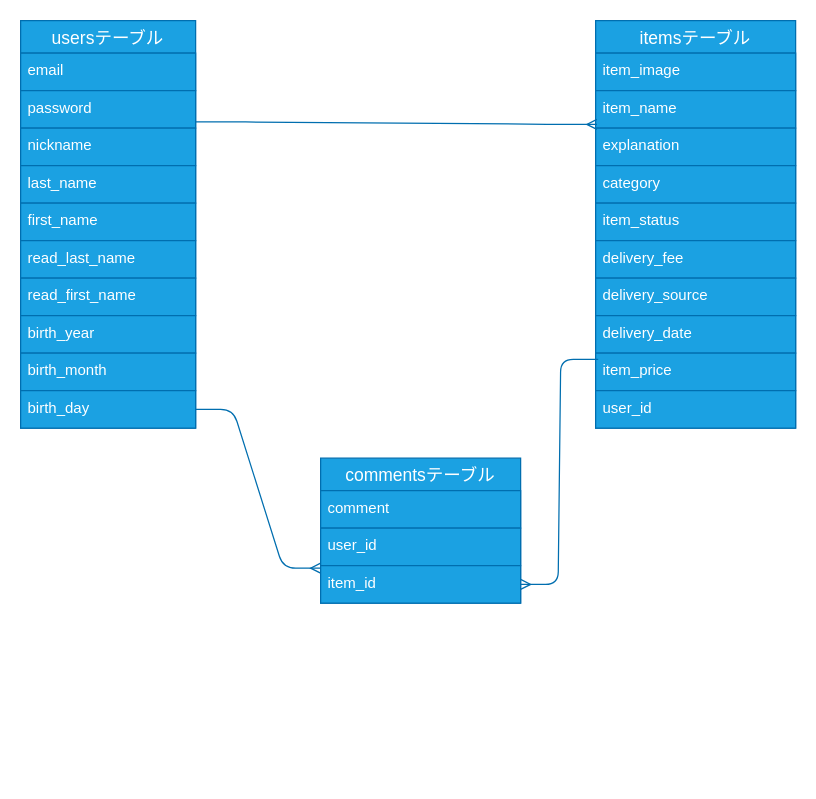
Before: db.dio in shingo04/furima-33965, a draw.io diagram. Source tidied: cells renumbered, new cells numbered last; positions are measured from the earlier drawing's top-left corner, leaving out a move shared by most shapes. Both pictures are drawn from the tidied source at 125%, with x=0, y=0 at pixel (20, 20).
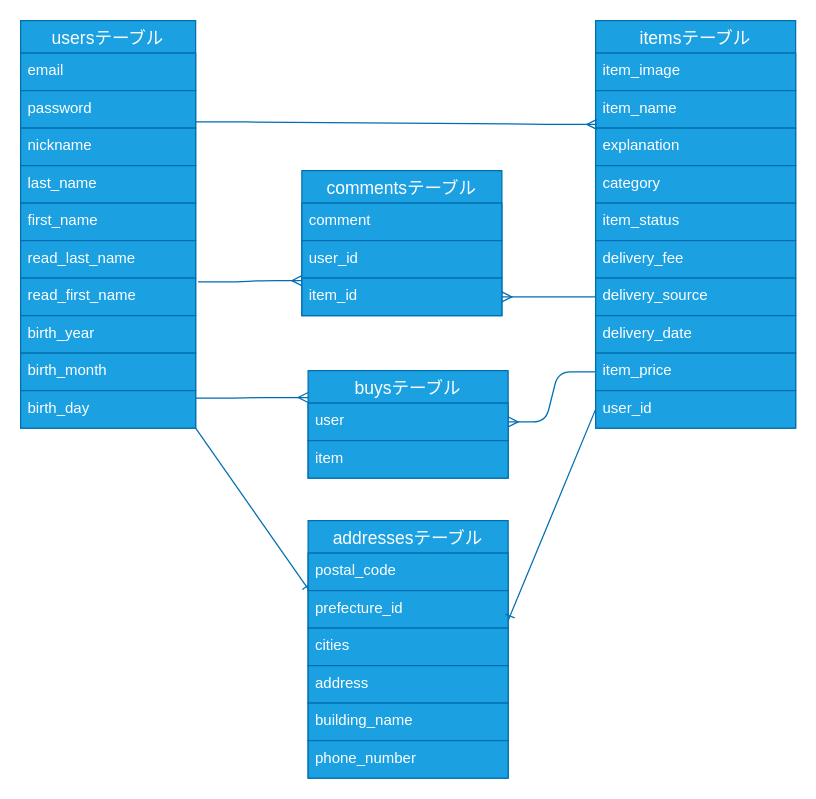
The same page after the edit.

The change refers to these unchanged cells:
```xml
<mxCell id="2" value="usersテーブル" style="swimlane;fontStyle=0;horizontal=1;startSize=26;align=center;fontSize=14;fillColor=#1ba1e2;strokeColor=#006EAF;fontColor=#ffffff;" parent="1" vertex="1">
  <mxGeometry width="140" height="326" as="geometry" />
</mxCell>
<mxCell id="9" value="read_first_name" style="text;strokeColor=#006EAF;fillColor=#1ba1e2;spacingLeft=4;spacingRight=4;overflow=hidden;points=[[0,0.5],[1,0.5]];portConstraint=eastwest;fontSize=12;fontColor=#ffffff;" parent="2" vertex="1">
  <mxGeometry y="206" width="140" height="30" as="geometry" />
</mxCell>
<mxCell id="12" value="birth_day" style="text;strokeColor=#006EAF;fillColor=#1ba1e2;spacingLeft=4;spacingRight=4;overflow=hidden;points=[[0,0.5],[1,0.5]];portConstraint=eastwest;fontSize=12;fontColor=#ffffff;" parent="2" vertex="1">
  <mxGeometry y="296" width="140" height="30" as="geometry" />
</mxCell>
<mxCell id="20" value="delivery_source" style="text;strokeColor=#006EAF;fillColor=#1ba1e2;spacingLeft=4;spacingRight=4;overflow=hidden;points=[[0,0.5],[1,0.5]];portConstraint=eastwest;fontSize=12;fontColor=#ffffff;" parent="13" vertex="1">
  <mxGeometry y="206" width="160" height="30" as="geometry" />
</mxCell>
<mxCell id="22" value="item_price" style="text;strokeColor=#006EAF;fillColor=#1ba1e2;spacingLeft=4;spacingRight=4;overflow=hidden;points=[[0,0.5],[1,0.5]];portConstraint=eastwest;fontSize=12;fontColor=#ffffff;" parent="13" vertex="1">
  <mxGeometry y="266" width="160" height="30" as="geometry" />
</mxCell>
<mxCell id="23" value="user_id" style="text;strokeColor=#006EAF;fillColor=#1ba1e2;spacingLeft=4;spacingRight=4;overflow=hidden;points=[[0,0.5],[1,0.5]];portConstraint=eastwest;fontSize=12;fontColor=#ffffff;" parent="13" vertex="1">
  <mxGeometry y="296" width="160" height="30" as="geometry" />
</mxCell>
<mxCell id="28" value="item_id" style="text;strokeColor=#006EAF;fillColor=#1ba1e2;spacingLeft=4;spacingRight=4;overflow=hidden;points=[[0,0.5],[1,0.5]];portConstraint=eastwest;fontSize=12;fontColor=#ffffff;" parent="25" vertex="1">
  <mxGeometry y="86" width="160" height="30" as="geometry" />
</mxCell>
```

Diff of the diagram source:
```diff
@@
+    <mxCell id="31" style="edgeStyle=none;rounded=0;jumpSize=7;jettySize=auto;html=1;exitX=1;exitY=1;exitDx=0;exitDy=0;entryX=0.006;entryY=1;entryDx=0;entryDy=0;entryPerimeter=0;startSize=6;sourcePerimeterSpacing=16;endArrow=ERone;endFill=0;targetPerimeterSpacing=16;fillColor=#1ba1e2;strokeColor=#006EAF;" parent="1" edge="1" source="2" target="36">
+      <mxGeometry relative="1" as="geometry" />
+    </mxCell>
@@
     <mxCell id="25" value="commentsテーブル" style="swimlane;fontStyle=0;horizontal=1;startSize=26;align=center;fontSize=14;fillColor=#1ba1e2;strokeColor=#006EAF;fontColor=#ffffff;" parent="1" vertex="1">
-      <mxGeometry x="240" y="350" width="160" height="116" as="geometry" />
+      <mxGeometry x="225" y="120" width="160" height="116" as="geometry" />
     </mxCell>
@@
-    <mxCell id="29" style="edgeStyle=entityRelationEdgeStyle;fontSize=12;html=1;endArrow=ERmany;entryX=0;entryY=0.067;entryDx=0;entryDy=0;entryPerimeter=0;exitX=1;exitY=0.5;exitDx=0;exitDy=0;fillColor=#1ba1e2;strokeColor=#006EAF;" parent="1" edge="1" source="12" target="28">
+    <mxCell id="29" style="edgeStyle=entityRelationEdgeStyle;fontSize=12;html=1;endArrow=ERmany;entryX=0;entryY=0.067;entryDx=0;entryDy=0;entryPerimeter=0;fillColor=#1ba1e2;strokeColor=#006EAF;exitX=1.014;exitY=0.1;exitDx=0;exitDy=0;exitPerimeter=0;" parent="1" edge="1" source="9" target="28">
       <mxGeometry relative="1" as="geometry" />
     </mxCell>
-    <mxCell id="30" style="edgeStyle=entityRelationEdgeStyle;fontSize=12;html=1;endArrow=ERmany;entryX=1;entryY=0.5;entryDx=0;entryDy=0;exitX=0.013;exitY=0.167;exitDx=0;exitDy=0;exitPerimeter=0;fillColor=#1ba1e2;strokeColor=#006EAF;" parent="1" edge="1" source="22" target="28">
+    <mxCell id="30" style="edgeStyle=entityRelationEdgeStyle;fontSize=12;html=1;endArrow=ERmany;entryX=1;entryY=0.5;entryDx=0;entryDy=0;exitX=0;exitY=0.5;exitDx=0;exitDy=0;fillColor=#1ba1e2;strokeColor=#006EAF;" parent="1" edge="1" source="20" target="28">
       <mxGeometry relative="1" as="geometry" />
     </mxCell>
+    <mxCell id="32" value="buysテーブル" style="swimlane;fontStyle=0;horizontal=1;startSize=26;align=center;fontSize=14;fillColor=#1ba1e2;strokeColor=#006EAF;fontColor=#ffffff;" parent="1" vertex="1">
+      <mxGeometry x="230" y="280" width="160" height="86" as="geometry" />
+    </mxCell>
+    <mxCell id="33" value="user" style="text;strokeColor=#006EAF;fillColor=#1ba1e2;spacingLeft=4;spacingRight=4;overflow=hidden;points=[[0,0.5],[1,0.5]];portConstraint=eastwest;fontSize=12;fontColor=#ffffff;" parent="32" vertex="1">
+      <mxGeometry y="26" width="160" height="30" as="geometry" />
+    </mxCell>
+    <mxCell id="34" value="item" style="text;strokeColor=#006EAF;fillColor=#1ba1e2;spacingLeft=4;spacingRight=4;overflow=hidden;fontSize=12;fontColor=#ffffff;" parent="32" vertex="1">
+      <mxGeometry y="56" width="160" height="30" as="geometry" />
+    </mxCell>
+    <mxCell id="35" value="addressesテーブル" style="swimlane;fontStyle=0;horizontal=1;startSize=26;align=center;fontSize=14;fillColor=#1ba1e2;strokeColor=#006EAF;fontColor=#ffffff;" parent="1" vertex="1">
+      <mxGeometry x="230" y="400" width="160" height="206" as="geometry" />
+    </mxCell>
+    <mxCell id="36" value="postal_code" style="text;strokeColor=#006EAF;fillColor=#1ba1e2;spacingLeft=4;spacingRight=4;overflow=hidden;points=[[0,0.5],[1,0.5]];portConstraint=eastwest;fontSize=12;fontColor=#ffffff;" parent="35" vertex="1">
+      <mxGeometry y="26" width="160" height="30" as="geometry" />
+    </mxCell>
+    <mxCell id="37" value="prefecture_id" style="text;strokeColor=#006EAF;fillColor=#1ba1e2;spacingLeft=4;spacingRight=4;overflow=hidden;fontSize=12;fontColor=#ffffff;" parent="35" vertex="1">
+      <mxGeometry y="56" width="160" height="30" as="geometry" />
+    </mxCell>
+    <mxCell id="38" value="cities" style="text;strokeColor=#006EAF;fillColor=#1ba1e2;spacingLeft=4;spacingRight=4;overflow=hidden;fontSize=12;fontColor=#ffffff;" parent="35" vertex="1">
+      <mxGeometry y="86" width="160" height="30" as="geometry" />
+    </mxCell>
+    <mxCell id="39" value="address" style="text;strokeColor=#006EAF;fillColor=#1ba1e2;spacingLeft=4;spacingRight=4;overflow=hidden;fontSize=12;fontColor=#ffffff;" parent="35" vertex="1">
+      <mxGeometry y="116" width="160" height="30" as="geometry" />
+    </mxCell>
+    <mxCell id="40" value="building_name" style="text;strokeColor=#006EAF;fillColor=#1ba1e2;spacingLeft=4;spacingRight=4;overflow=hidden;fontSize=12;fontColor=#ffffff;" parent="35" vertex="1">
+      <mxGeometry y="146" width="160" height="30" as="geometry" />
+    </mxCell>
+    <mxCell id="41" value="phone_number" style="text;strokeColor=#006EAF;fillColor=#1ba1e2;spacingLeft=4;spacingRight=4;overflow=hidden;fontSize=12;fontColor=#ffffff;" parent="35" vertex="1">
+      <mxGeometry y="176" width="160" height="30" as="geometry" />
+    </mxCell>
+    <mxCell id="42" style="edgeStyle=entityRelationEdgeStyle;fontSize=12;html=1;endArrow=ERmany;entryX=0;entryY=0.25;entryDx=0;entryDy=0;fillColor=#1ba1e2;strokeColor=#006EAF;" parent="1" edge="1" target="32">
+      <mxGeometry relative="1" as="geometry">
+        <mxPoint x="140" y="302" as="sourcePoint" />
+      </mxGeometry>
+    </mxCell>
+    <mxCell id="43" style="edgeStyle=entityRelationEdgeStyle;fontSize=12;html=1;endArrow=ERmany;exitX=0;exitY=0.5;exitDx=0;exitDy=0;fillColor=#1ba1e2;strokeColor=#006EAF;" parent="1" edge="1" source="22" target="33">
+      <mxGeometry relative="1" as="geometry" />
+    </mxCell>
+    <mxCell id="44" style="edgeStyle=none;rounded=0;jumpSize=7;jettySize=auto;html=1;exitX=0;exitY=0.5;exitDx=0;exitDy=0;startSize=6;sourcePerimeterSpacing=16;endArrow=ERone;endFill=0;targetPerimeterSpacing=16;fillColor=#1ba1e2;strokeColor=#006EAF;" parent="1" edge="1" source="23">
+      <mxGeometry relative="1" as="geometry">
+        <mxPoint x="390" y="480" as="targetPoint" />
+      </mxGeometry>
+    </mxCell>
```
